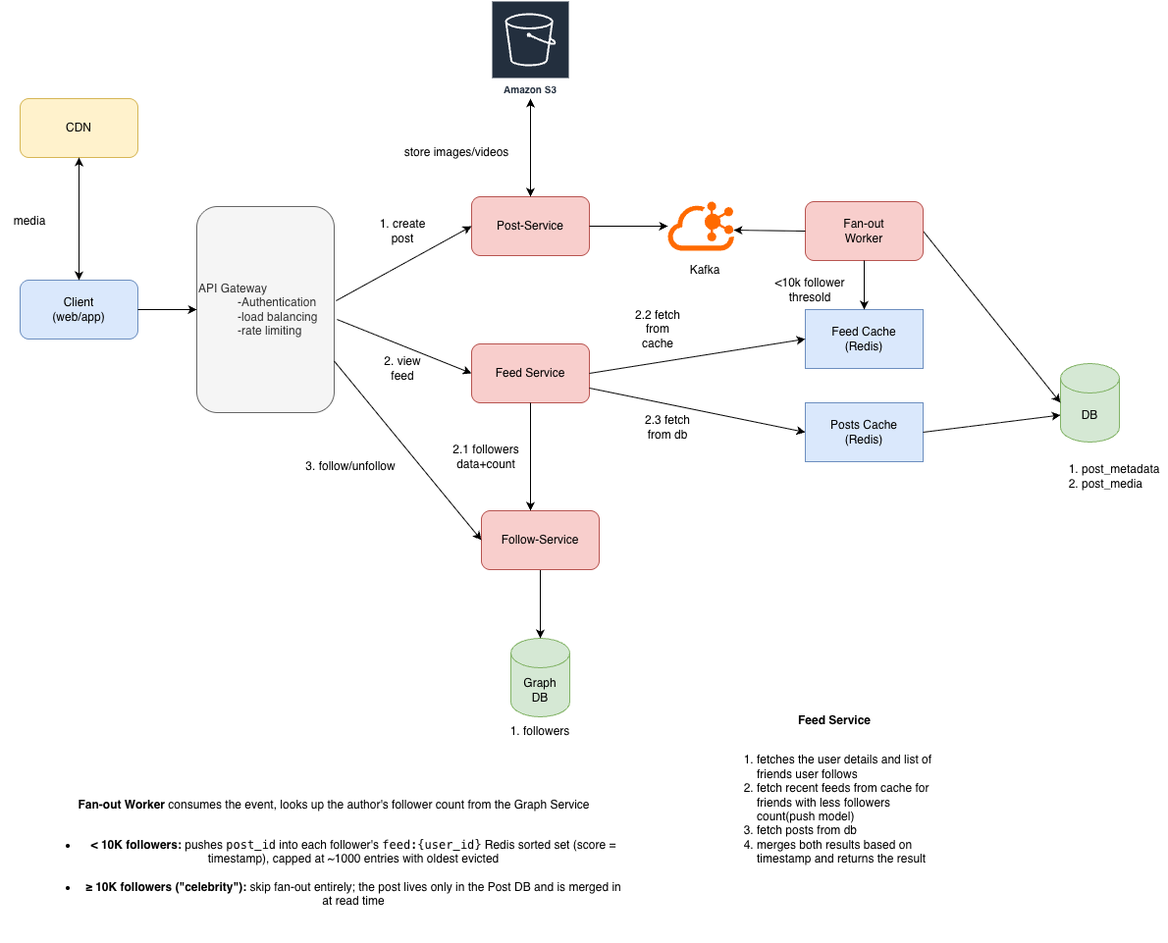
kumar2901/interview-prep keeps this draw.io diagram as src/main/java/com/kumar/interview/prep/system/design/social_feed/news_feed_system_design.png. Above is the earlier version. Source tidied: cells renumbered, new cells last; positions are measured from the earlier drawing's top-left corner, leaving out a move shared by most shapes.
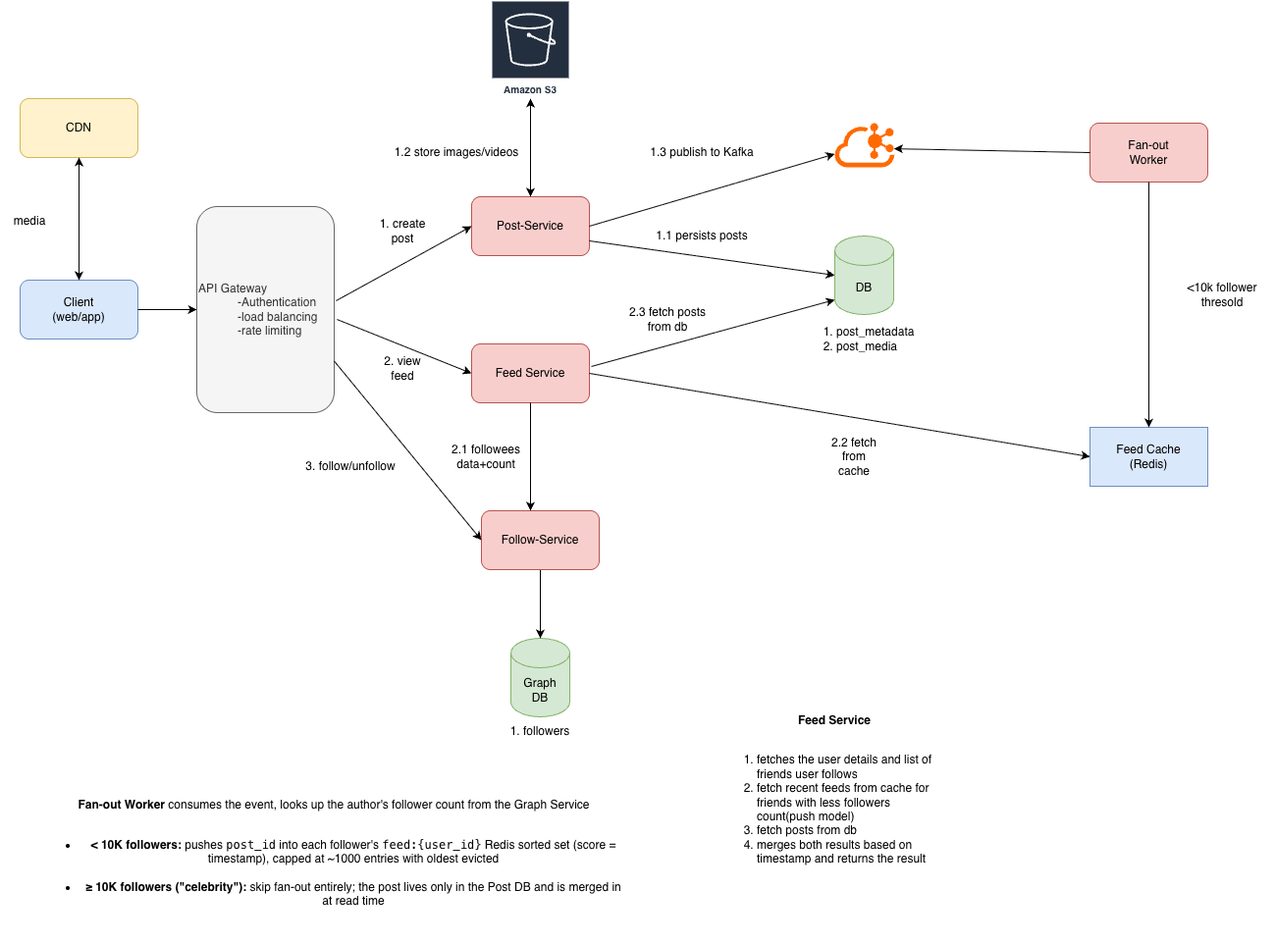
Above is the later version.

Commit message:
news feeds system design

The edit, as a diff of the source:
```diff
@@ -18,13 +18,10 @@
       <mxGeometry relative="1" as="geometry" />
     </mxCell>
     <mxCell id="7" value="DB" style="shape=cylinder3;whiteSpace=wrap;html=1;boundedLbl=1;backgroundOutline=1;size=15;fillColor=#d5e8d4;strokeColor=#82b366;" parent="1" vertex="1">
-      <mxGeometry x="1080" y="370" width="60" height="80" as="geometry" />
+      <mxGeometry x="850" y="240" width="60" height="80" as="geometry" />
     </mxCell>
-    <mxCell id="8" style="endArrow=classic;html=1;rounded=0;entryX=0;entryY=0.5;entryDx=0;entryDy=0;entryPerimeter=0;exitX=1;exitY=0.5;exitDx=0;exitDy=0;" parent="1" edge="1" source="30" target="7">
-      <mxGeometry relative="1" as="geometry" />
-    </mxCell>
     <mxCell id="9" value="&lt;ol&gt;&lt;li&gt;post_metadata&lt;/li&gt;&lt;li&gt;post_media&lt;/li&gt;&lt;/ol&gt;" style="text;html=1;whiteSpace=wrap;strokeColor=none;fillColor=none;align=left;verticalAlign=middle;rounded=0;" parent="1" vertex="1">
-      <mxGeometry x="1060" y="470" width="130" height="30" as="geometry" />
+      <mxGeometry x="810" y="330" width="130" height="30" as="geometry" />
     </mxCell>
     <mxCell id="10" value="Amazon S3" style="sketch=0;outlineConnect=0;fontColor=#232F3E;gradientColor=none;strokeColor=#ffffff;fillColor=#232F3E;dashed=0;verticalLabelPosition=middle;verticalAlign=bottom;align=center;html=1;whiteSpace=wrap;fontSize=10;fontStyle=1;spacing=3;shape=mxgraph.aws4.productIcon;prIcon=mxgraph.aws4.s3;" parent="1" vertex="1">
       <mxGeometry x="500" width="80" height="100" as="geometry" />
@@ -62,7 +59,7 @@
     <mxCell id="21" style="endArrow=classic;html=1;rounded=0;exitX=1;exitY=0.75;exitDx=0;exitDy=0;entryX=0;entryY=0.5;entryDx=0;entryDy=0;" parent="1" edge="1" source="3" target="20">
       <mxGeometry relative="1" as="geometry" />
     </mxCell>
-    <mxCell id="22" value="store images/videos" style="text;html=1;whiteSpace=wrap;strokeColor=none;fillColor=none;align=center;verticalAlign=middle;rounded=0;" parent="1" vertex="1">
+    <mxCell id="22" value="1.2 store images/videos" style="text;html=1;whiteSpace=wrap;strokeColor=none;fillColor=none;align=center;verticalAlign=middle;rounded=0;" parent="1" vertex="1">
       <mxGeometry x="400" y="140" width="130" height="30" as="geometry" />
     </mxCell>
     <mxCell id="23" value="1. create post" style="text;html=1;whiteSpace=wrap;strokeColor=none;fillColor=none;align=center;verticalAlign=middle;rounded=0;" parent="1" vertex="1">
@@ -78,22 +75,22 @@
       <mxGeometry x="40" y="790" width="600" height="170" as="geometry" />
     </mxCell>
     <mxCell id="27" style="points=[];html=1;align=center;shadow=0;dashed=0;fillColor=#FF6A00;strokeColor=none;shape=mxgraph.alibaba_cloud.kafka;" parent="1" vertex="1">
-      <mxGeometry x="680" y="205" width="67.5" height="50" as="geometry" />
+      <mxGeometry x="850" y="125" width="60.8" height="45" as="geometry" />
     </mxCell>
     <mxCell id="28" style="endArrow=classic;html=1;rounded=0;exitX=1;exitY=0.5;exitDx=0;exitDy=0;" parent="1" edge="1" source="5" target="27">
       <mxGeometry relative="1" as="geometry" />
     </mxCell>
-    <mxCell id="29" value="Kafka" style="text;html=1;whiteSpace=wrap;strokeColor=none;fillColor=none;align=center;verticalAlign=middle;rounded=0;" parent="1" vertex="1">
-      <mxGeometry x="687.5" y="260" width="60" height="30" as="geometry" />
+    <mxCell id="29" value="1.3 publish to Kafka" style="text;html=1;whiteSpace=wrap;strokeColor=none;fillColor=none;align=center;verticalAlign=middle;rounded=0;" parent="1" vertex="1">
+      <mxGeometry x="655" y="140" width="120" height="30" as="geometry" />
     </mxCell>
     <mxCell id="30" value="Fan-out&lt;br&gt;Worker" style="rounded=1;whiteSpace=wrap;html=1;fillColor=#f8cecc;strokeColor=#b85450;" parent="1" vertex="1">
-      <mxGeometry x="820" y="205" width="120" height="60" as="geometry" />
+      <mxGeometry x="1110" y="125" width="120" height="60" as="geometry" />
     </mxCell>
     <mxCell id="31" style="endArrow=classic;html=1;rounded=0;entryX=0.993;entryY=0.58;entryDx=0;entryDy=0;entryPerimeter=0;exitX=0;exitY=0.5;exitDx=0;exitDy=0;" parent="1" edge="1" source="30" target="27">
       <mxGeometry relative="1" as="geometry" />
     </mxCell>
     <mxCell id="32" value="Feed Cache&lt;br&gt;(Redis)" style="rounded=0;whiteSpace=wrap;html=1;fillColor=#dae8fc;strokeColor=#6c8ebf;" parent="1" vertex="1">
-      <mxGeometry x="820" y="315" width="120" height="60" as="geometry" />
+      <mxGeometry x="1110" y="435" width="120" height="60" as="geometry" />
     </mxCell>
     <mxCell id="33" style="endArrow=classic;html=1;rounded=0;entryX=0;entryY=0.5;entryDx=0;entryDy=0;exitX=1;exitY=0.5;exitDx=0;exitDy=0;" parent="1" edge="1" source="15" target="32">
       <mxGeometry relative="1" as="geometry" />
@@ -102,33 +99,33 @@
       <mxGeometry relative="1" as="geometry" />
     </mxCell>
     <mxCell id="35" value="&amp;lt;10k follower&lt;br&gt;thresold" style="text;html=1;whiteSpace=wrap;strokeColor=none;fillColor=none;align=center;verticalAlign=middle;rounded=0;" parent="1" vertex="1">
-      <mxGeometry x="770" y="280" width="110" height="30" as="geometry" />
+      <mxGeometry x="1190" y="285" width="110" height="30" as="geometry" />
     </mxCell>
     <mxCell id="36" style="endArrow=classic;html=1;rounded=0;exitX=0.5;exitY=1;exitDx=0;exitDy=0;" parent="1" edge="1" source="15">
       <mxGeometry relative="1" as="geometry">
         <mxPoint x="540" y="520" as="targetPoint" />
       </mxGeometry>
     </mxCell>
-    <mxCell id="37" value="2.1 followers data+count" style="text;html=1;whiteSpace=wrap;strokeColor=none;fillColor=none;align=center;verticalAlign=middle;rounded=0;" parent="1" vertex="1">
+    <mxCell id="37" value="2.1 followees data+count" style="text;html=1;whiteSpace=wrap;strokeColor=none;fillColor=none;align=center;verticalAlign=middle;rounded=0;" parent="1" vertex="1">
       <mxGeometry x="450" y="450" width="90" height="30" as="geometry" />
     </mxCell>
     <mxCell id="38" value="2.2 fetch from cache" style="text;html=1;whiteSpace=wrap;strokeColor=none;fillColor=none;align=center;verticalAlign=middle;rounded=0;" parent="1" vertex="1">
-      <mxGeometry x="640" y="320" width="60" height="30" as="geometry" />
+      <mxGeometry x="840" y="450" width="60" height="30" as="geometry" />
     </mxCell>
-    <mxCell id="39" value="2.3 fetch from db" style="text;html=1;whiteSpace=wrap;strokeColor=none;fillColor=none;align=center;verticalAlign=middle;rounded=0;" parent="1" vertex="1">
-      <mxGeometry x="650" y="420" width="60" height="30" as="geometry" />
-    </mxCell>
-    <mxCell id="40" style="endArrow=classic;html=1;rounded=0;exitX=1;exitY=0.75;exitDx=0;exitDy=0;entryX=0;entryY=0.5;entryDx=0;entryDy=0;" parent="1" edge="1" source="15" target="41">
-      <mxGeometry relative="1" as="geometry" />
-    </mxCell>
-    <mxCell id="41" value="Posts Cache&lt;br&gt;(Redis)" style="rounded=0;whiteSpace=wrap;html=1;fillColor=#dae8fc;strokeColor=#6c8ebf;" parent="1" vertex="1">
-      <mxGeometry x="820" y="410" width="120" height="60" as="geometry" />
-    </mxCell>
-    <mxCell id="42" style="endArrow=classic;html=1;rounded=0;entryX=0;entryY=0;entryDx=0;entryDy=52.5;entryPerimeter=0;exitX=1;exitY=0.5;exitDx=0;exitDy=0;" parent="1" edge="1" source="41" target="7">
-      <mxGeometry relative="1" as="geometry" />
-    </mxCell>
     <mxCell id="43" value="&lt;b&gt;Feed Service&lt;/b&gt;&lt;br&gt;&lt;br&gt;&lt;ol&gt;&lt;li style=&quot;text-align: left;&quot;&gt;fetches the user details and list of friends user follows&lt;/li&gt;&lt;li style=&quot;text-align: left;&quot;&gt;fetch recent feeds from cache for friends with less followers count(push model)&amp;nbsp;&lt;/li&gt;&lt;li style=&quot;text-align: left;&quot;&gt;fetch posts from db&amp;nbsp;&lt;/li&gt;&lt;li style=&quot;text-align: left;&quot;&gt;merges both results based on timestamp and returns the result&lt;/li&gt;&lt;/ol&gt;" style="text;html=1;whiteSpace=wrap;strokeColor=none;fillColor=none;align=center;verticalAlign=middle;rounded=0;" parent="1" vertex="1">
       <mxGeometry x="730" y="720" width="240" height="180" as="geometry" />
     </mxCell>
+    <mxCell id="44" style="endArrow=classic;html=1;rounded=0;entryX=0;entryY=0.5;entryDx=0;entryDy=0;entryPerimeter=0;exitX=1;exitY=0.75;exitDx=0;exitDy=0;" parent="1" edge="1" source="5" target="7">
+      <mxGeometry relative="1" as="geometry" />
+    </mxCell>
+    <mxCell id="45" value="1.1 persists posts" style="text;html=1;whiteSpace=wrap;strokeColor=none;fillColor=none;align=center;verticalAlign=middle;rounded=0;" parent="1" vertex="1">
+      <mxGeometry x="660" y="225" width="110" height="30" as="geometry" />
+    </mxCell>
+    <mxCell id="46" style="endArrow=classic;html=1;rounded=0;entryX=0;entryY=1;entryDx=0;entryDy=-15;entryPerimeter=0;exitX=1.017;exitY=0.383;exitDx=0;exitDy=0;exitPerimeter=0;" parent="1" edge="1" source="15" target="7">
+      <mxGeometry relative="1" as="geometry" />
+    </mxCell>
+    <mxCell id="47" value="2.3 fetch posts from db" style="text;html=1;whiteSpace=wrap;strokeColor=none;fillColor=none;align=center;verticalAlign=middle;rounded=0;" parent="1" vertex="1">
+      <mxGeometry x="630" y="310" width="100" height="30" as="geometry" />
+    </mxCell>
   </root>
 </mxGraphModel>
```
